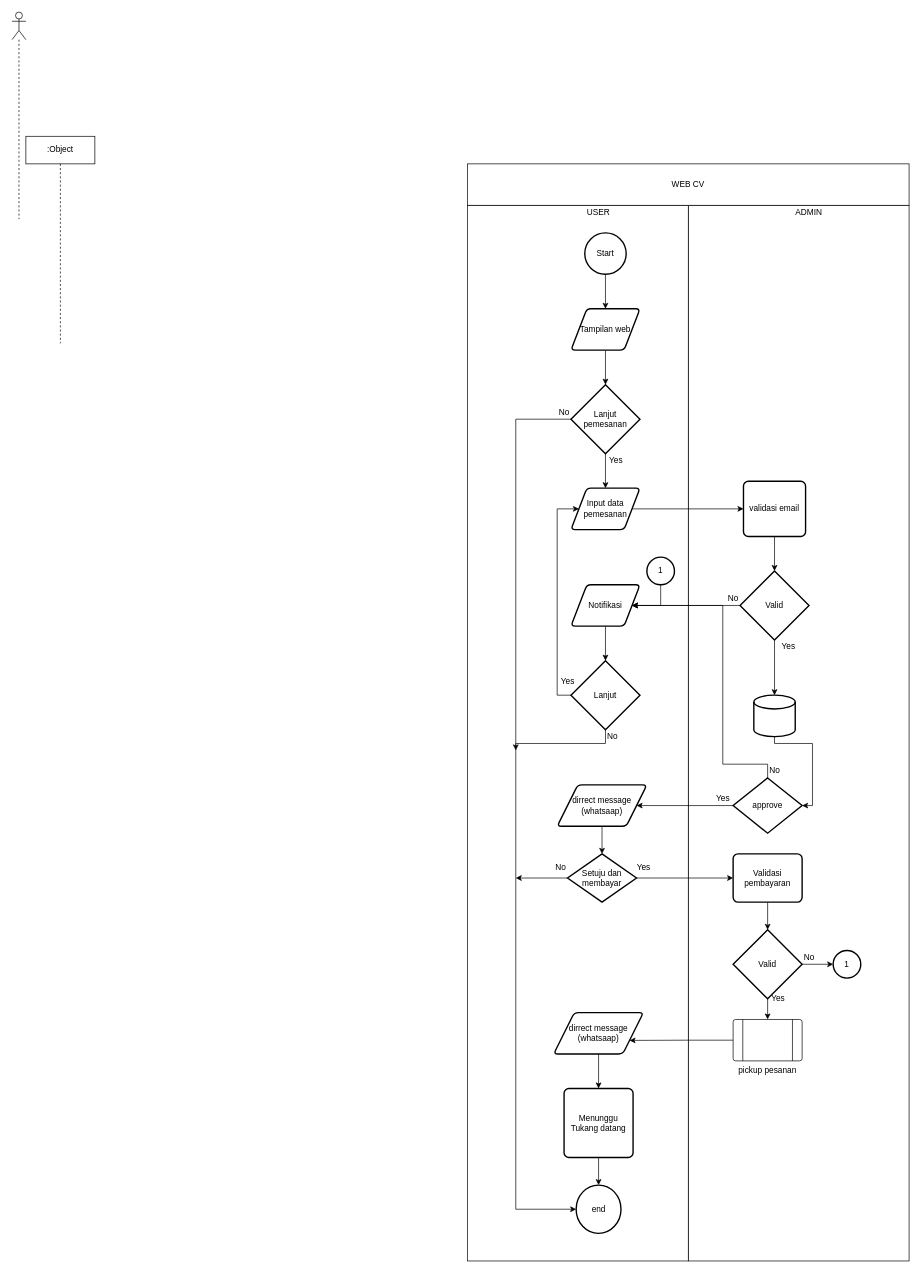
yogiprasetio/jozzAC keeps this draw.io diagram as project KP.drawio. Above is the earlier version. Source tidied: cells renumbered, new cells numbered last; positions are measured from the earlier drawing's top-left corner, leaving out a move shared by most shapes. Both pictures are drawn from the tidied source at 69%, with x=0, y=0 at pixel (12, 12).
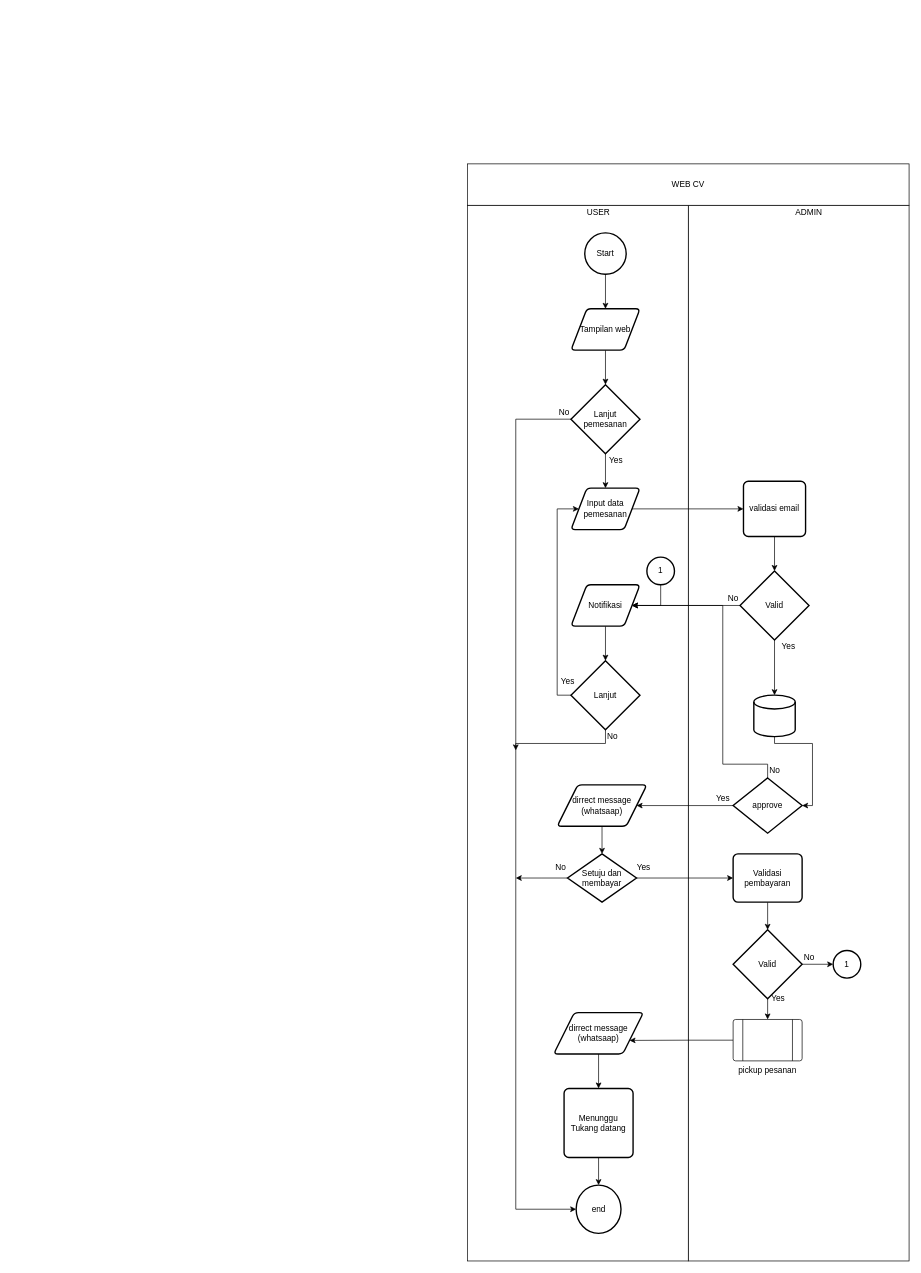
The same page after the edit.

Diff of the diagram source:
```diff
@@
-    <mxCell id="4" style="shape=umlLifeline;participant=umlActor;perimeter=lifelinePerimeter;whiteSpace=wrap;html=1;verticalAlign=top;spacingTop=36;" parent="1" vertex="1">
-      <mxGeometry width="20" height="300" as="geometry" />
-    </mxCell>
-    <mxCell id="5" value=":Object" style="shape=umlLifeline;perimeter=lifelinePerimeter;whiteSpace=wrap;html=1;" parent="1" vertex="1">
-      <mxGeometry x="20" y="180" width="100" height="300" as="geometry" />
-    </mxCell>
```
